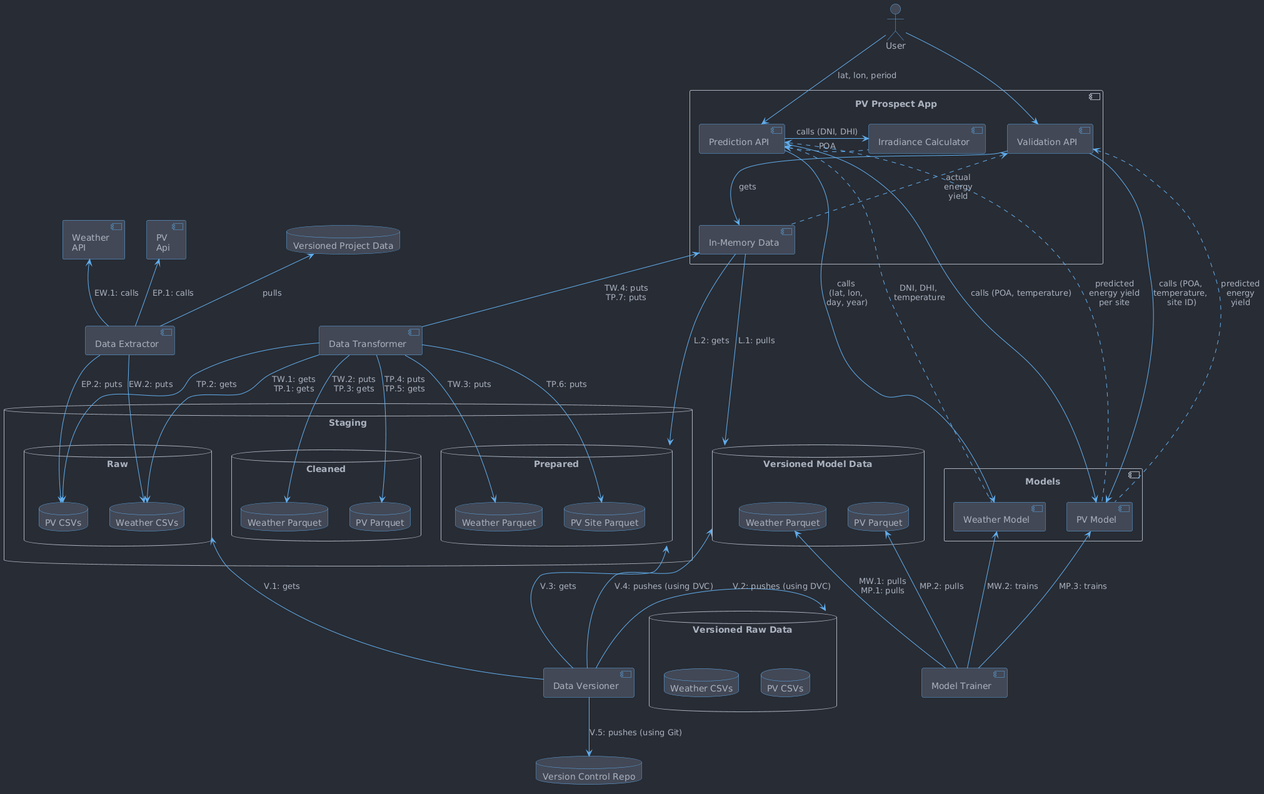
Above: doc/architecture.png in rjferrier/pv-prospect (PlantUML), before the change.
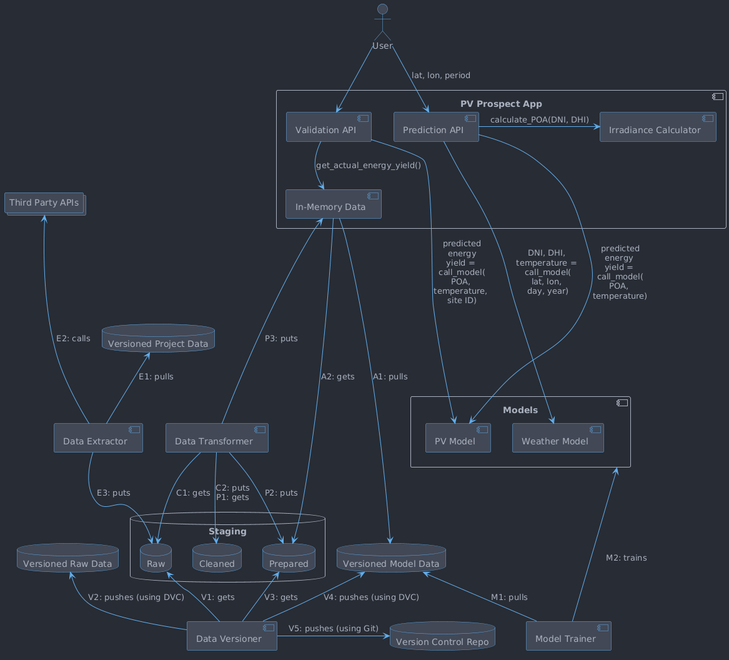
Later version of the same file.

Commit message:
Simplify arch diagram

The edit, as a diff of the source:
```diff
@@ -2,35 +2,17 @@
 
 !include theme.puml
 
-component "Weather\nAPI" as WeatherApi
-component "PV\nApi" as PvApi
+collections "Third Party APIs" as ThirdPartyAPIs
 
 database "Staging" as Staging {
-  database "Raw" as StagingRaw {
-    database "Weather CSVs" as WeatherStagedRawData
-    database "PV CSVs" as PvStagedRawData
-  }
-  database "Cleaned" as StagingCleaned {
-    database "Weather Parquet" as WeatherCleanedData
-    database "PV Parquet" as PvCleanedData
-  }
-  database "Prepared" as StagingPrepared {
-    database "Weather Parquet" as WeatherStagedModelData
-    database "PV Site Parquet" as PvSiteStagedModelData
-  }
+  database "Raw" as StagingRaw
+  database "Cleaned" as StagingCleaned
+  database "Prepared" as StagingPrepared
 }
 
-database "Versioned Raw Data" as VersionedRawData {
-  database "Weather CSVs" as WeatherVersionedRawData
-  database "PV CSVs" as PvVersionedRawData
-}
-
+database "Versioned Raw Data" as VersionedRawData
 database "Versioned Project Data" as VersionedProjectData
-
-database "Versioned Model Data" as VersionedModelData {
-  database "Weather Parquet" as WeatherVersionedModelData
-  database "PV Parquet" as PvVersionedModelData
-}
+database "Versioned Model Data" as VersionedModelData
 
 VersionedRawData -[hidden]> VersionedModelData
 
@@ -59,52 +41,37 @@
 User --> ValidationApi
 User --> PredictionApi : lat, lon, period
 
-PredictionApi ----> WeatherModel : calls \n(lat, lon, \nday, year)
-PredictionApi <... WeatherModel : DNI, DHI, \ntemperature
+PredictionApi ---> WeatherModel : DNI, DHI, \ntemperature = \ncall_model(\nlat, lon, \nday, year)
+PredictionApi -> IrradianceCalculator : calculate_POA(DNI, DHI)
+PredictionApi ----> PvModel : predicted\nenergy \nyield = \ncall_model(\nPOA, \ntemperature)
 
-PredictionApi -> IrradianceCalculator : calls (DNI, DHI)
-PredictionApi <. IrradianceCalculator : POA
+ValidationApi --> PvModel : predicted\nenergy\nyield = \ncall_model(\nPOA, \ntemperature, \nsite ID)
+ValidationApi --> InMemoryData : get_actual_energy_yield()
 
-PredictionApi ---> PvModel : calls (POA, temperature)
-PredictionApi <... PvModel : predicted\nenergy yield\nper site
+VersionedModelData <-- ModelTrainer : M1: pulls
+Models <-- ModelTrainer : M2: trains
 
-ValidationApi --> PvModel : calls (POA, \ntemperature, \nsite ID)
-ValidationApi <.. PvModel : predicted\nenergy\nyield
-ValidationApi --> InMemoryData : gets
-ValidationApi <.. InMemoryData : actual\nenergy\nyield
+ThirdPartyAPIs <--- DataExtractor : E2: calls
 
-WeatherVersionedModelData <-- ModelTrainer : MW.1: pulls\nMP.1: pulls
-PvVersionedModelData <-- ModelTrainer : MP.2: pulls
-WeatherModel <-- ModelTrainer : MW.2: trains
-PvModel <-- ModelTrainer : MP.3: trains
-
-WeatherApi <-- DataExtractor : EW.1: calls
-PvApi <-- DataExtractor : EP.1: calls
-
-VersionedProjectData <-- DataExtractor: pulls
-DataExtractor --> WeatherStagedRawData : EW.2: puts
-DataExtractor --> PvStagedRawData : EP.2: puts
+VersionedProjectData <-- DataExtractor: E1: pulls
+DataExtractor --> StagingRaw : E3: puts
 
 VersionedProjectData <-[hidden]- DataTransformer
-DataTransformer --> WeatherStagedRawData : TW.1: gets\nTP.1: gets
-DataTransformer --> PvStagedRawData : TP.2: gets
+DataTransformer --> StagingRaw : C1: gets
+DataTransformer --> StagingCleaned : C2: puts\nP1: gets
+DataTransformer --> StagingPrepared : P2: puts
+StagingCleaned -[hidden]> StagingPrepared
 
-DataTransformer --> WeatherCleanedData : TW.2: puts\nTP.3: gets
-DataTransformer --> PvCleanedData : TP.4: puts\nTP.5: gets
+InMemoryData <--- DataTransformer : P3: puts
 
-DataTransformer --> WeatherStagedModelData : TW.3: puts
-DataTransformer --> PvSiteStagedModelData : TP.6: puts
+StagingRaw <-- DataVersioner : V1: gets
+DataVersioner -> VersionedRawData : V2: pushes (using DVC)
 
-InMemoryData <-- DataTransformer : TW.4: puts\nTP.7: puts
+StagingPrepared <-- DataVersioner : V3: gets
+VersionedModelData <-- DataVersioner : V4: pushes (using DVC)
+DataVersioner -> VCRepo : V5: pushes (using Git)
 
-StagingRaw <-- DataVersioner : V.1: gets
-DataVersioner -> VersionedRawData : V.2: pushes (using DVC)
-
-StagingPrepared <-- DataVersioner : V.3: gets
-VersionedModelData <-- DataVersioner : V.4: pushes (using DVC)
-DataVersioner --> VCRepo : V.5: pushes (using Git)
-
-InMemoryData ---> VersionedModelData : L.1: pulls
-InMemoryData ---> StagingPrepared : L.2: gets
+InMemoryData ---> VersionedModelData : A1: pulls
+InMemoryData ---> StagingPrepared : A2: gets
 
 @enduml
```
